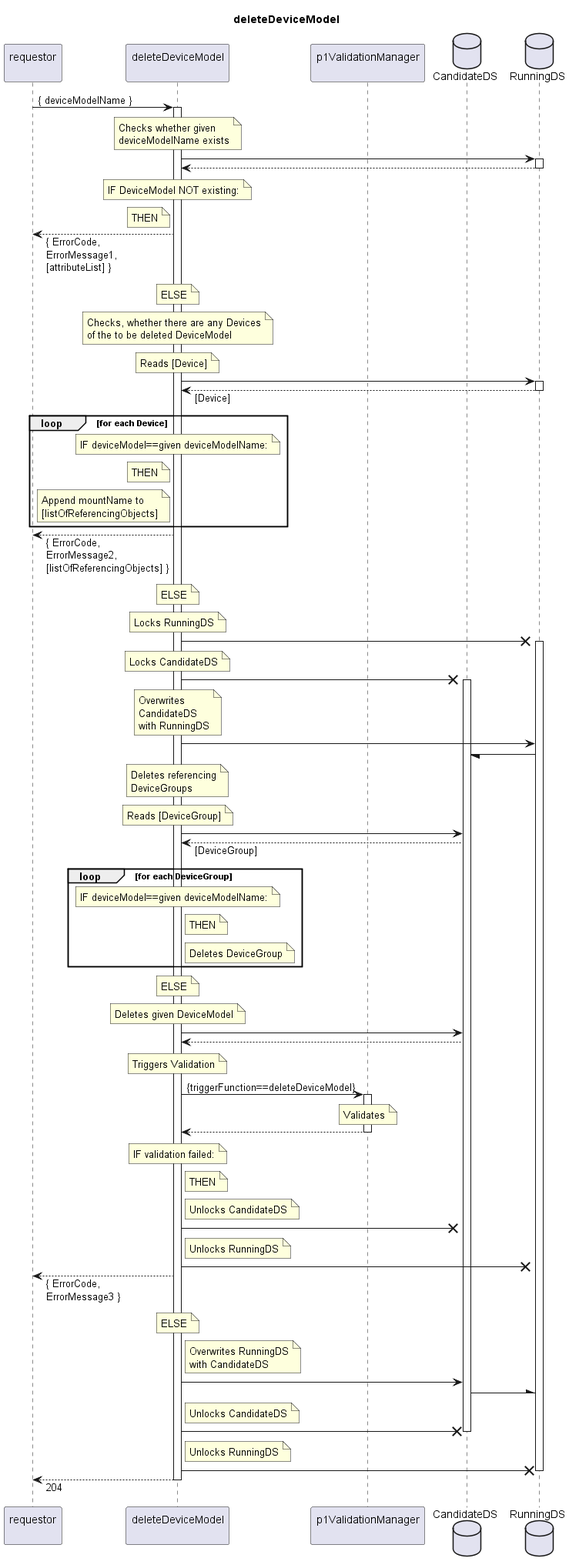
The PlantUML diagram spec/Services/deleteDeviceModel/1.0.0/deleteDeviceModel.png in openBackhaul/FirmWareManager, before a commit.
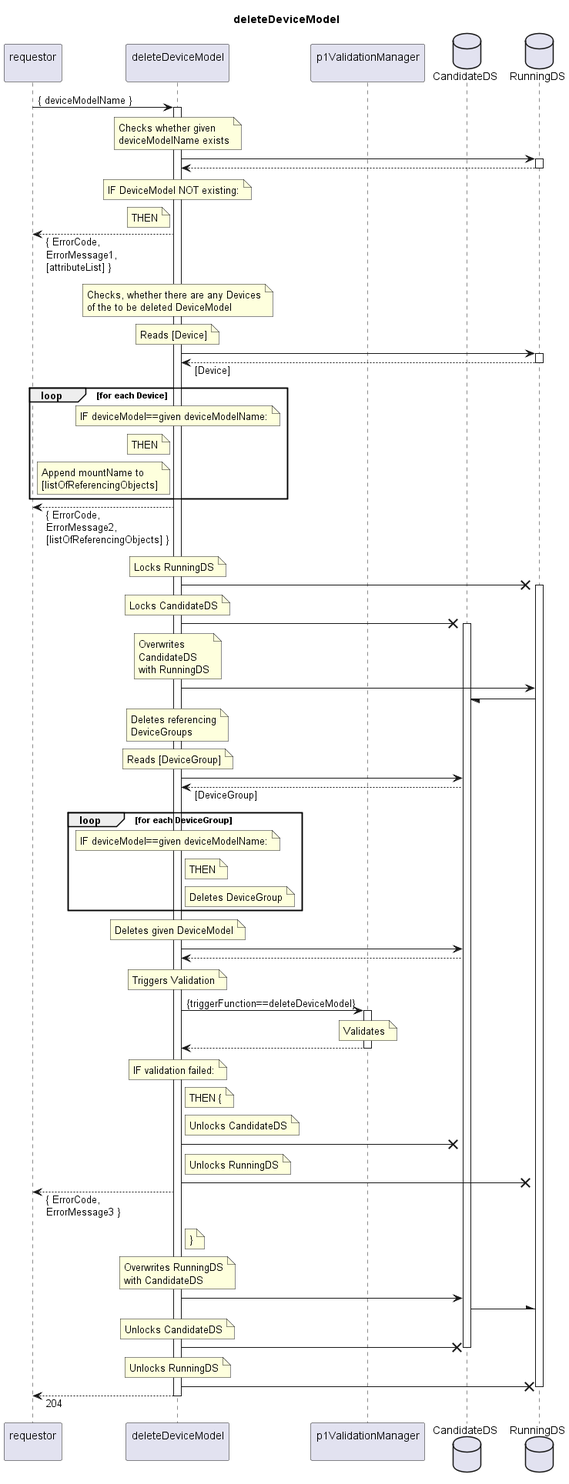
After the change.

The edit, as a diff of the source:
```diff
@@ -29,9 +29,6 @@
     THEN
   end note
   requestor <-- indServ: { ErrorCode,\nErrorMessage1,\n[attributeList] }
-  note over indServ
-    ELSE
-  end note
 
   note over indServ
     Checks, whether there are any Devices
@@ -57,9 +54,6 @@
     end note
   end loop
   requestor <-- indServ: { ErrorCode,\nErrorMessage2,\n[listOfReferencingObjects] }
-  note over indServ
-    ELSE
-  end note
 
   note over indServ
     Locks RunningDS
@@ -99,9 +93,6 @@
       Deletes DeviceGroup
     end note
   end loop
-  note over indServ
-    ELSE
-  end note
 
   note over indServ
     Deletes given DeviceModel
@@ -123,7 +114,7 @@
     IF validation failed:
   end note
   note right indServ
-    THEN
+    THEN {
   end note
   note right indServ
     Unlocks CandidateDS
@@ -134,22 +125,22 @@
   end note
   indServ -X RunDS
   requestor <-- indServ: { ErrorCode,\nErrorMessage3 }
-  note over indServ
-    ELSE
+  note right indServ
+    }
   end note
 
-  note right indServ
+  note over indServ
     Overwrites RunningDS
     with CandidateDS
   end note
   indServ -> CanDS
   CanDS -\ RunDS
-  note right indServ
+  note over indServ
     Unlocks CandidateDS
   end note
   indServ -X CanDS
   deactivate CanDS
-  note right indServ
+  note over indServ
     Unlocks RunningDS
   end note
   indServ -X RunDS
```
